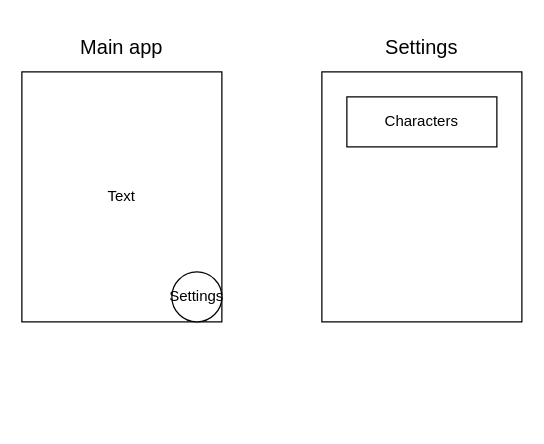
nghuyenthevinh2000/good-night keeps this draw.io diagram as docs/good-night.drawio. Above is the earlier version. Source tidied: cells renumbered, new cells numbered last; positions are measured from the earlier drawing's top-left corner, leaving out a move shared by most shapes. Both pictures are drawn from the tidied source at 125%, with x=0, y=0 at pixel (21, 21).
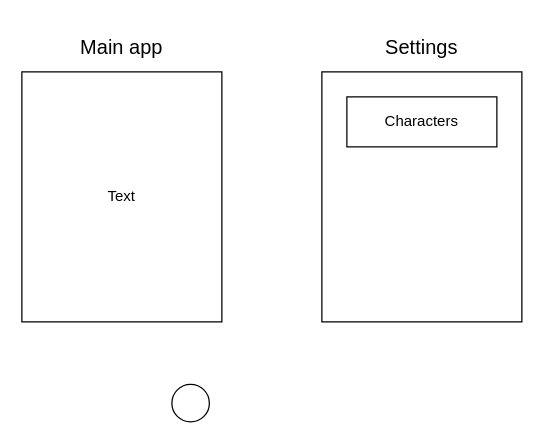
After the change.

Commit message (it also covers changes not shown here):
feat: complete implementation of Good Night app

What changed in the source:
```diff
@@
 <mxGraphModel>
   <root>
     <mxCell id="0" />
     <mxCell id="1" parent="0" />
     <mxCell id="2" value="Text" style="rounded=0;whiteSpace=wrap;html=1;" parent="1" vertex="1">
       <mxGeometry y="40" width="160" height="200" as="geometry" />
     </mxCell>
-    <mxCell id="3" value="Settings" style="ellipse;whiteSpace=wrap;html=1;" parent="1" vertex="1">
-      <mxGeometry x="120" y="200" width="40" height="40" as="geometry" />
+    <mxCell id="3" style="ellipse;whiteSpace=wrap;html=1;" parent="1" vertex="1">
+      <mxGeometry x="120" y="290" width="30" height="30" as="geometry" />
     </mxCell>
     <mxCell id="4" style="rounded=0;whiteSpace=wrap;html=1;" parent="1" vertex="1">
       <mxGeometry x="240" y="40" width="160" height="200" as="geometry" />
     </mxCell>
     <mxCell id="5" value="&lt;font style=&quot;font-size: 16px;&quot;&gt;Settings&lt;/font&gt;" style="text;html=1;whiteSpace=wrap;strokeColor=none;fillColor=none;align=center;verticalAlign=middle;rounded=0;" parent="1" vertex="1">
       <mxGeometry x="240" width="160" height="40" as="geometry" />
     </mxCell>
     <mxCell id="6" value="Characters" style="rounded=0;whiteSpace=wrap;html=1;" parent="1" vertex="1">
       <mxGeometry x="260" y="60" width="120" height="40" as="geometry" />
     </mxCell>
     <mxCell id="7" value="&lt;font style=&quot;font-size: 16px;&quot;&gt;Main app&lt;/font&gt;" style="text;html=1;whiteSpace=wrap;strokeColor=none;fillColor=none;align=center;verticalAlign=middle;rounded=0;" parent="1" vertex="1">
       <mxGeometry width="160" height="40" as="geometry" />
     </mxCell>
   </root>
 </mxGraphModel>
```
